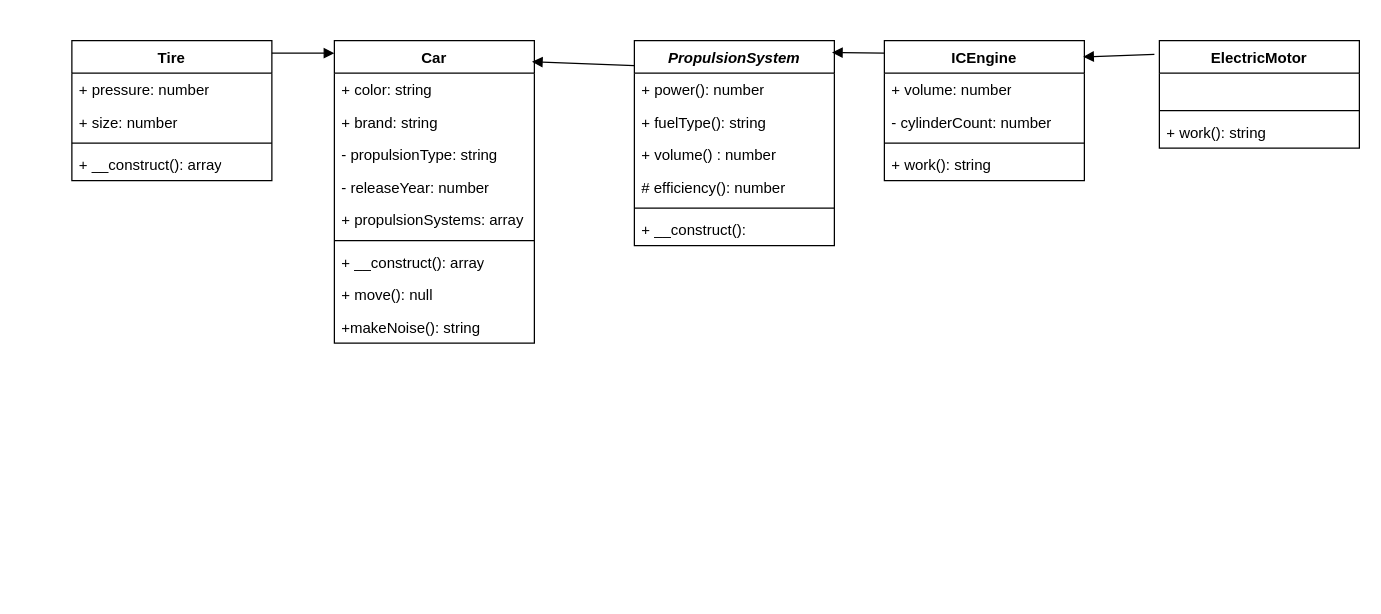
This is carppp.drawio from RalfsCD/CarPP, a draw.io file, before an edit. Source tidied: cells renumbered, new cells numbered last; positions are measured from the earlier drawing's top-left corner, leaving out a move shared by most shapes. Both pictures are drawn from the tidied source at 125%, with x=0, y=0 at pixel (71, 40).
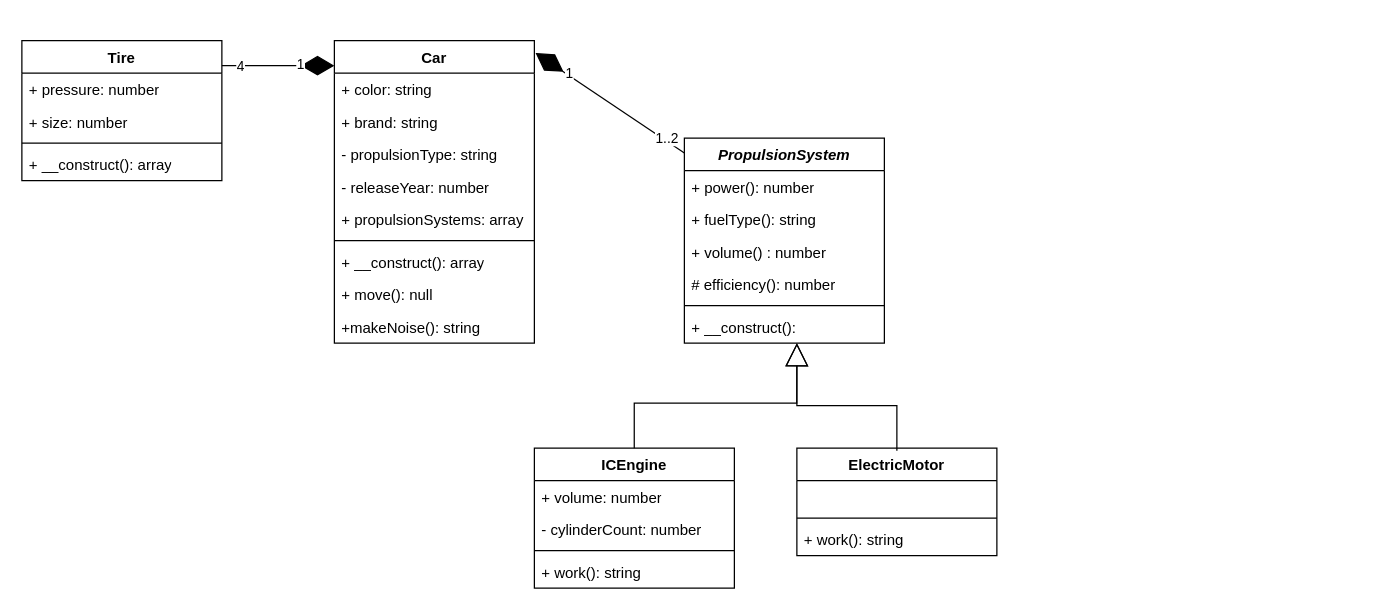
After the change.

The change refers to these unchanged cells:
```xml
<mxCell id="2" value="Car" style="swimlane;fontStyle=1;align=center;verticalAlign=top;horizontal=1;startSize=26;whiteSpace=wrap;html=1;" parent="1" vertex="1">
  <mxGeometry x="210" width="160" height="242" as="geometry" />
</mxCell>
```

The edit, as a diff of the source:
```diff
@@
     <mxCell id="12" value="ICEngine" style="swimlane;fontStyle=1;align=center;verticalAlign=top;horizontal=1;startSize=26;whiteSpace=wrap;html=1;" parent="1" vertex="1">
-      <mxGeometry x="650" width="160" height="112" as="geometry" />
+      <mxGeometry x="370" y="326" width="160" height="112" as="geometry" />
     </mxCell>
@@
     <mxCell id="17" value="ElectricMotor" style="swimlane;fontStyle=1;align=center;verticalAlign=top;horizontal=1;startSize=26;whiteSpace=wrap;html=1;" parent="1" vertex="1">
-      <mxGeometry x="870" width="160" height="86" as="geometry" />
+      <mxGeometry x="580" y="326" width="160" height="86" as="geometry" />
     </mxCell>
@@
     <mxCell id="21" value="&lt;i&gt;PropulsionSystem&lt;/i&gt;" style="swimlane;fontStyle=1;align=center;verticalAlign=top;horizontal=1;startSize=26;whiteSpace=wrap;html=1;" parent="1" vertex="1">
-      <mxGeometry x="450" width="160" height="164" as="geometry" />
+      <mxGeometry x="490" y="78" width="160" height="164" as="geometry" />
     </mxCell>
@@
     <mxCell id="28" value="Tire" style="swimlane;fontStyle=1;align=center;verticalAlign=top;horizontal=1;startSize=26;whiteSpace=wrap;html=1;" parent="1" vertex="1">
-      <mxGeometry width="160" height="112" as="geometry" />
+      <mxGeometry x="-40" width="160" height="112" as="geometry" />
     </mxCell>
@@
-    <mxCell id="33" style="html=1;verticalAlign=bottom;endArrow=block;curved=0;rounded=0;entryX=0.994;entryY=0.116;entryDx=0;entryDy=0;entryPerimeter=0;exitX=-0.025;exitY=0.128;exitDx=0;exitDy=0;exitPerimeter=0;" parent="1" edge="1" source="17" target="12">
-      <mxGeometry relative="1" as="geometry" />
-    </mxCell>
-    <mxCell id="34" style="html=1;verticalAlign=bottom;endArrow=block;curved=0;rounded=0;entryX=0.988;entryY=0.058;entryDx=0;entryDy=0;entryPerimeter=0;exitX=-0.025;exitY=0.128;exitDx=0;exitDy=0;exitPerimeter=0;" parent="1" edge="1" target="21">
-      <mxGeometry relative="1" as="geometry">
-        <mxPoint x="650" y="10" as="sourcePoint" />
-      </mxGeometry>
-    </mxCell>
-    <mxCell id="35" style="html=1;verticalAlign=bottom;endArrow=block;curved=0;rounded=0;entryX=0.988;entryY=0.058;entryDx=0;entryDy=0;entryPerimeter=0;" parent="1" edge="1">
-      <mxGeometry relative="1" as="geometry">
-        <mxPoint x="160" y="10" as="sourcePoint" />
-        <mxPoint x="210" y="10" as="targetPoint" />
-      </mxGeometry>
-    </mxCell>
-    <mxCell id="36" style="html=1;verticalAlign=bottom;endArrow=block;curved=0;rounded=0;entryX=0.988;entryY=0.07;entryDx=0;entryDy=0;entryPerimeter=0;" parent="1" edge="1" target="2">
-      <mxGeometry relative="1" as="geometry">
-        <mxPoint x="450" y="20" as="sourcePoint" />
-      </mxGeometry>
-    </mxCell>
+    <mxCell id="37" style="endArrow=block;endSize=16;endFill=0;html=1;rounded=0;entryX=0.563;entryY=1.308;entryDx=0;entryDy=0;entryPerimeter=0;exitX=0.5;exitY=0;exitDx=0;exitDy=0;" parent="1" edge="1">
+      <mxGeometry relative="1" as="geometry">
+        <mxPoint x="449.9" y="326" as="sourcePoint" />
+        <mxPoint x="580" y="242" as="targetPoint" />
+        <Array as="points">
+          <mxPoint x="449.9" y="290" />
+          <mxPoint x="579.9" y="290" />
+        </Array>
+      </mxGeometry>
+    </mxCell>
+    <mxCell id="38" style="endArrow=block;endSize=16;endFill=0;html=1;rounded=0;exitX=0.5;exitY=0;exitDx=0;exitDy=0;" parent="1" edge="1">
+      <mxGeometry relative="1" as="geometry">
+        <mxPoint x="660" y="328" as="sourcePoint" />
+        <mxPoint x="580" y="242" as="targetPoint" />
+        <Array as="points">
+          <mxPoint x="660" y="292" />
+          <mxPoint x="580" y="292" />
+        </Array>
+      </mxGeometry>
+    </mxCell>
+    <mxCell id="39" style="endArrow=diamondThin;endFill=1;endSize=24;html=1;rounded=0;entryX=1.006;entryY=0.041;entryDx=0;entryDy=0;entryPerimeter=0;exitX=0;exitY=0.073;exitDx=0;exitDy=0;exitPerimeter=0;" parent="1" edge="1" source="21" target="2">
+      <mxGeometry relative="1" as="geometry" />
+    </mxCell>
+    <mxCell id="40" value="1..2" style="edgeLabel;html=1;align=center;verticalAlign=middle;" parent="39" vertex="1">
+      <mxGeometry x="-0.73" y="-2" relative="1" as="geometry" />
+    </mxCell>
+    <mxCell id="41" value="1" style="edgeLabel;html=1;align=center;verticalAlign=middle;" parent="39" vertex="1">
+      <mxGeometry x="0.58" y="-2" relative="1" as="geometry" />
+    </mxCell>
+    <mxCell id="42" style="endArrow=diamondThin;endFill=1;endSize=24;html=1;rounded=0;" parent="1" edge="1">
+      <mxGeometry relative="1" as="geometry">
+        <mxPoint x="120" y="20" as="sourcePoint" />
+        <mxPoint x="210" y="20" as="targetPoint" />
+      </mxGeometry>
+    </mxCell>
+    <mxCell id="43" value="1" style="edgeLabel;html=1;align=center;verticalAlign=middle;" parent="42" vertex="1">
+      <mxGeometry x="0.38" y="2" relative="1" as="geometry" />
+    </mxCell>
+    <mxCell id="44" value="4" style="edgeLabel;html=1;align=center;verticalAlign=middle;" parent="42" vertex="1">
+      <mxGeometry x="-0.69" relative="1" as="geometry" />
+    </mxCell>
```
